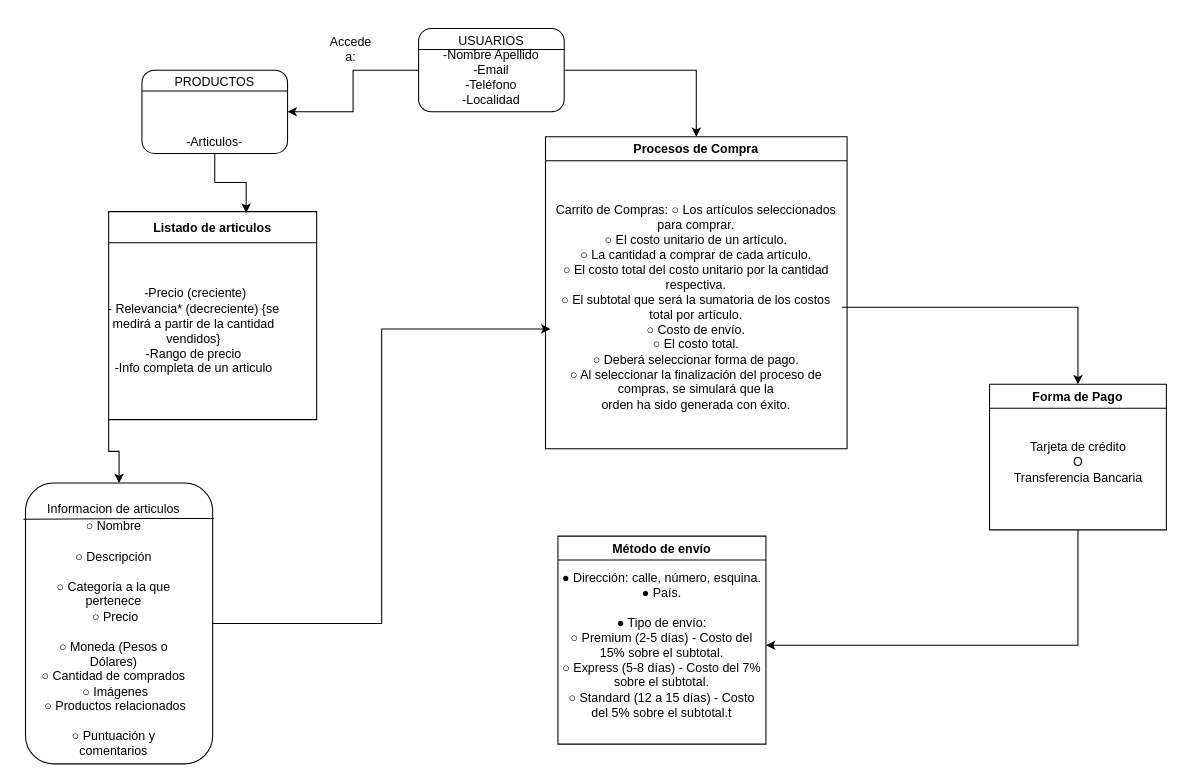
The draw.io diagram Untitled Diagram.drawio in lucasgrcia/proyecto-ecommerce, before the edit. Source tidied: cells renumbered, new cells numbered last; positions are measured from the earlier drawing's top-left corner, leaving out a move shared by most shapes. Both pictures are drawn from the tidied source at 104%, with x=0, y=0 at pixel (25, 28).
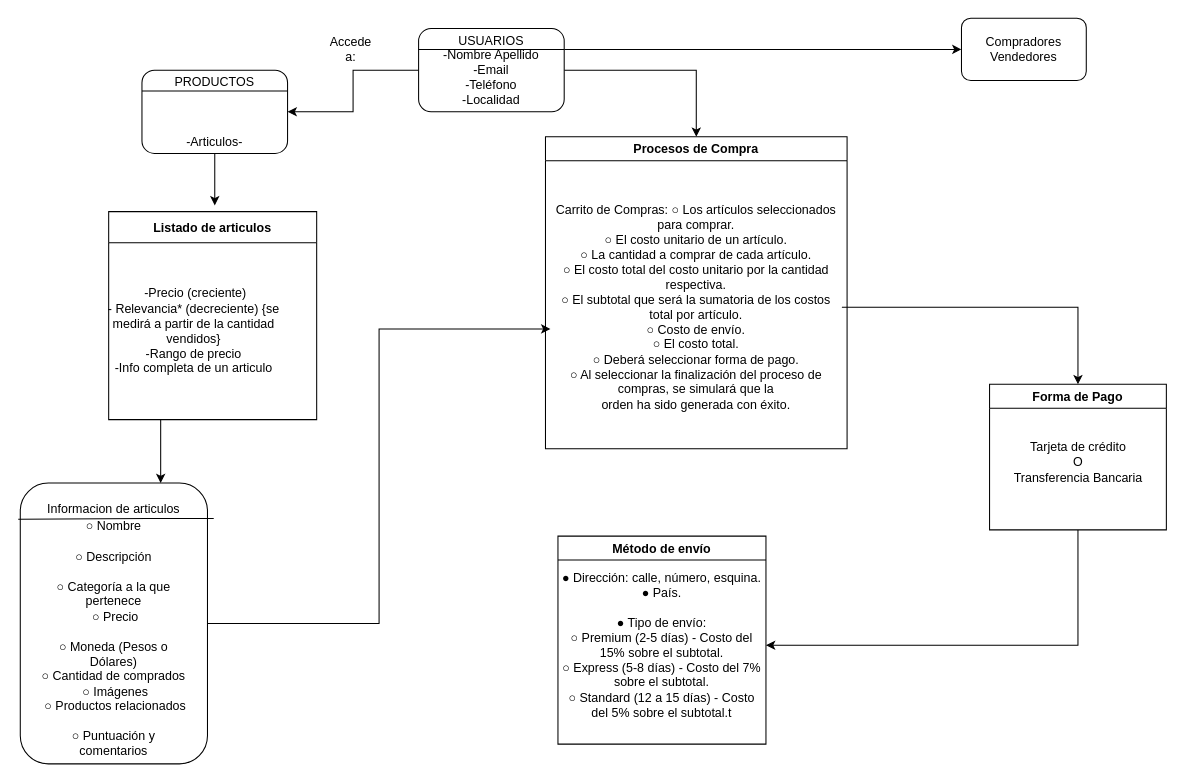
The same diagram, later.

Unchanged cells that the change refers to:
```xml
<mxCell id="4" value="USUARIOS&lt;br&gt;-Nombre Apellido&lt;br&gt;-Email&lt;br&gt;-Teléfono&lt;br&gt;-Localidad&lt;br&gt;" style="rounded=1;whiteSpace=wrap;html=1;" parent="1" vertex="1">
  <mxGeometry x="378" width="140" height="80" as="geometry" />
</mxCell>
<mxCell id="11" value="Listado de articulos" style="swimlane;startSize=30;" parent="1" vertex="1">
  <mxGeometry x="80" y="176" width="200" height="200" as="geometry" />
</mxCell>
<mxCell id="22" value="PRODUCTOS&lt;br&gt;&lt;br&gt;&lt;br&gt;&lt;br&gt;-Articulos-" style="rounded=1;whiteSpace=wrap;html=1;" parent="1" vertex="1">
  <mxGeometry x="112" y="40" width="140" height="80" as="geometry" />
</mxCell>
```

Change to the diagram source:
```diff
@@
+    <mxCell id="26" style="edgeStyle=orthogonalEdgeStyle;rounded=0;jettySize=auto;html=1;exitX=1;exitY=0.25;exitDx=0;exitDy=0;" parent="1" edge="1" source="4" target="27">
+      <mxGeometry relative="1" as="geometry" />
+    </mxCell>
@@
     <mxCell id="6" style="rounded=1;whiteSpace=wrap;html=1;" parent="1" vertex="1">
-      <mxGeometry y="437" width="180" height="270" as="geometry" />
+      <mxGeometry x="-5" y="437" width="180" height="270" as="geometry" />
     </mxCell>
@@
-    <mxCell id="10" style="edgeStyle=orthogonalEdgeStyle;rounded=0;jettySize=auto;html=1;exitX=0;exitY=1;exitDx=0;exitDy=0;entryX=0.5;entryY=0;entryDx=0;entryDy=0;" parent="1" edge="1" source="11" target="6">
+    <mxCell id="10" style="edgeStyle=orthogonalEdgeStyle;rounded=0;jettySize=auto;html=1;exitX=0.25;exitY=1;exitDx=0;exitDy=0;entryX=0.75;entryY=0;entryDx=0;entryDy=0;" parent="1" edge="1" source="11" target="6">
       <mxGeometry relative="1" as="geometry" />
     </mxCell>
@@
-    <mxCell id="21" style="edgeStyle=orthogonalEdgeStyle;rounded=0;jettySize=auto;html=1;exitX=0.5;exitY=1;exitDx=0;exitDy=0;entryX=0.661;entryY=0.006;entryDx=0;entryDy=0;entryPerimeter=0;" parent="1" edge="1" source="22" target="11">
-      <mxGeometry relative="1" as="geometry" />
+    <mxCell id="21" style="edgeStyle=orthogonalEdgeStyle;rounded=0;jettySize=auto;html=1;exitX=0.5;exitY=1;exitDx=0;exitDy=0;" parent="1" edge="1" source="22">
+      <mxGeometry relative="1" as="geometry">
+        <mxPoint x="182" y="170" as="targetPoint" />
+      </mxGeometry>
     </mxCell>
@@
+    <mxCell id="27" style="rounded=1;whiteSpace=wrap;html=1;" parent="1" vertex="1">
+      <mxGeometry x="900" y="-10" width="120" height="60" as="geometry" />
+    </mxCell>
+    <mxCell id="28" value="Compradores&lt;br&gt;Vendedores" style="text;html=1;strokeColor=none;fillColor=none;align=center;verticalAlign=middle;whiteSpace=wrap;rounded=0;" parent="1" vertex="1">
+      <mxGeometry x="940" y="10" width="40" height="20" as="geometry" />
+    </mxCell>
```
